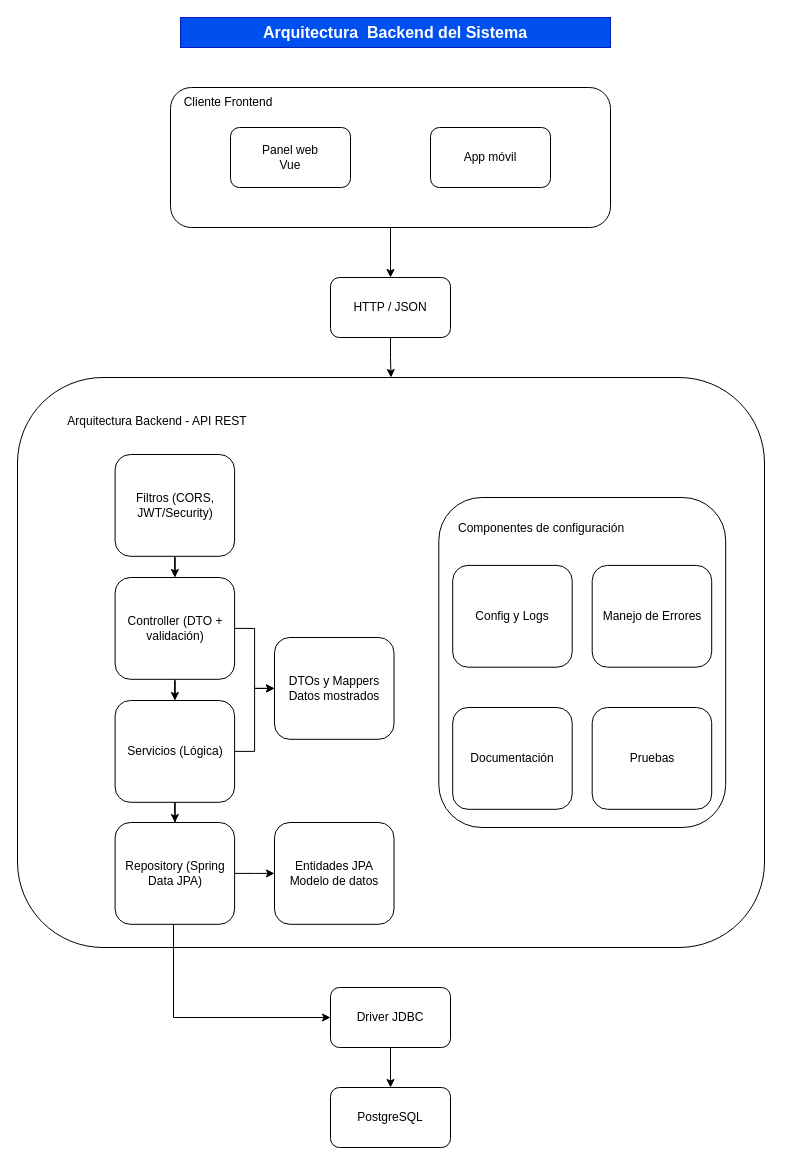
The draw.io diagram 03-API/Diagramas/ArquitecturaBackend.drawio in FactoryLabSV/Proyecto-final-dam-frameworks-agiles, before the edit. Source tidied: cells renumbered, new cells numbered last; positions are measured from the earlier drawing's top-left corner, leaving out a move shared by most shapes. Both pictures are drawn from the tidied source at 100%, with x=0, y=0 at pixel (17, 17).
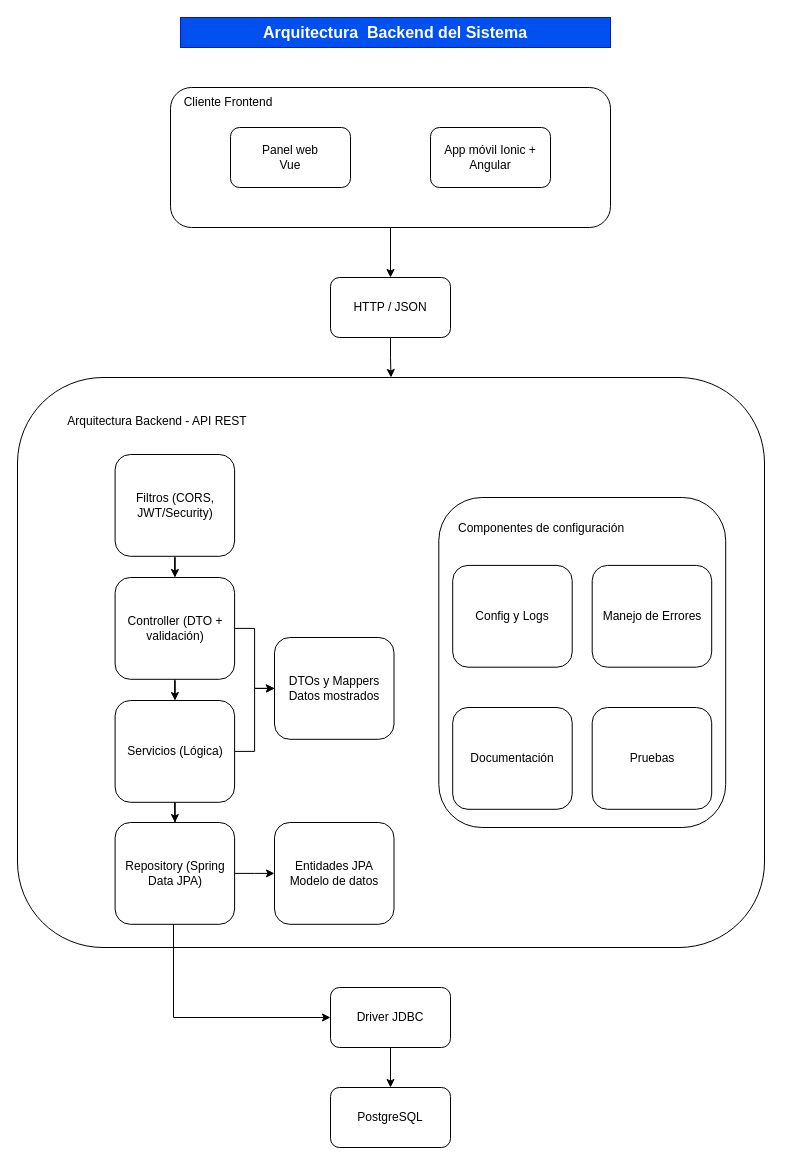
The same diagram, later.

Unchanged cells that the change refers to:
```xml
<mxCell id="4" style="group;" parent="1" vertex="1">
  <mxGeometry x="153" y="70" width="440" height="140" as="geometry" />
</mxCell>
```

Diff of the diagram source:
```diff
@@
-    <mxCell id="7" value="App móvil" style="rounded=1;whiteSpace=wrap;html=1;roundedPerimeter=1;" parent="4" vertex="1">
+    <mxCell id="7" value="App móvil Ionic + Angular" style="rounded=1;whiteSpace=wrap;html=1;roundedPerimeter=1;" parent="4" vertex="1">
       <mxGeometry x="260" y="40" width="120" height="60" as="geometry" />
     </mxCell>
```
